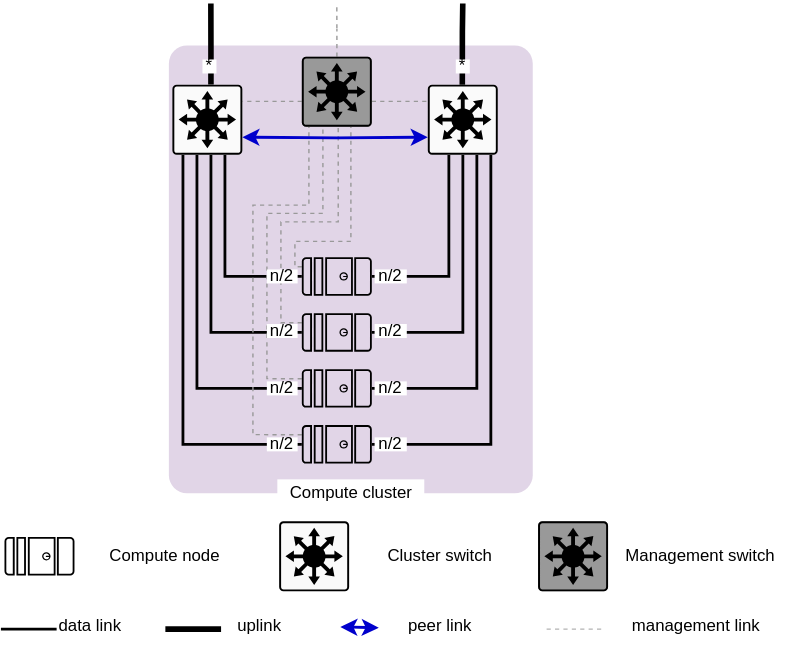
This is docs/sophia_node-compute_cluster.svg from dsaucez/SLICES, a draw.io export, as it was before one commit. Source tidied: cells renumbered, new cells last; positions are measured from the earlier drawing's top-left corner, leaving out a move shared by most shapes.
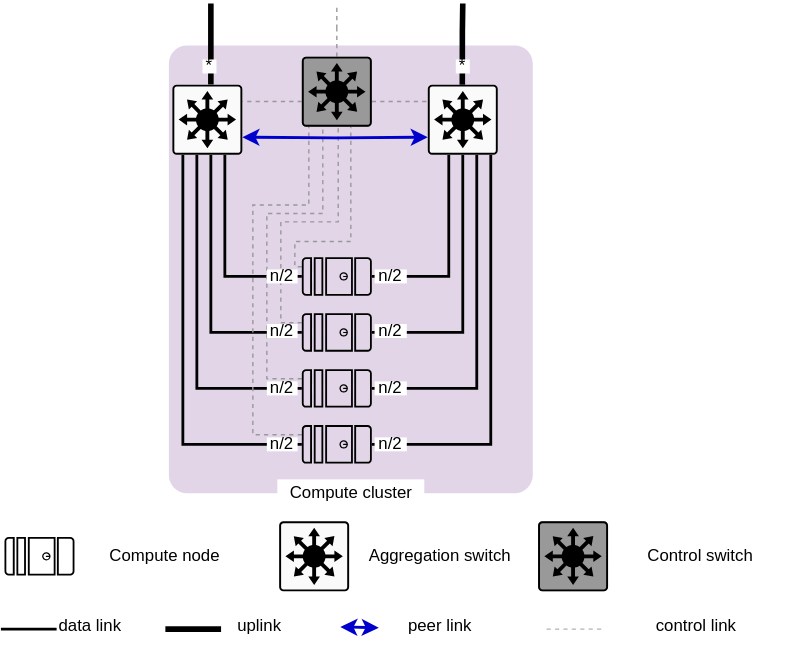
After the commit.

Change to the diagram source:
```diff
@@ -195,10 +195,10 @@
     <mxCell id="36" style="sketch=0;verticalLabelPosition=bottom;html=1;verticalAlign=top;align=center;shape=mxgraph.cisco19.rect;prIcon=l3_switch;fillColor=#999999;" parent="1" vertex="1">
       <mxGeometry x="403.8" y="370" width="50" height="50" as="geometry" />
     </mxCell>
-    <mxCell id="37" value="Management switch" style="text;html=1;strokeColor=none;fillColor=none;align=center;verticalAlign=middle;whiteSpace=wrap;rounded=0;shadow=0;dashed=1;dashPattern=1 1;sketch=0;" parent="1" vertex="1">
+    <mxCell id="37" value="Control switch" style="text;html=1;strokeColor=none;fillColor=none;align=center;verticalAlign=middle;whiteSpace=wrap;rounded=0;shadow=0;dashed=1;dashPattern=1 1;sketch=0;" parent="1" vertex="1">
       <mxGeometry x="459.8" y="380" width="120" height="30" as="geometry" />
     </mxCell>
-    <mxCell id="38" value="Cluster switch" style="text;html=1;strokeColor=none;fillColor=none;align=center;verticalAlign=middle;whiteSpace=wrap;rounded=0;shadow=0;dashed=1;dashPattern=1 1;sketch=0;" parent="1" vertex="1">
+    <mxCell id="38" value="Aggregation switch" style="text;html=1;strokeColor=none;fillColor=none;align=center;verticalAlign=middle;whiteSpace=wrap;rounded=0;shadow=0;dashed=1;dashPattern=1 1;sketch=0;" parent="1" vertex="1">
       <mxGeometry x="273.8" y="380" width="120" height="30" as="geometry" />
     </mxCell>
     <mxCell id="39" style="sketch=0;verticalLabelPosition=bottom;html=1;verticalAlign=top;align=center;shape=mxgraph.cisco19.server;fillColor=#000000;strokeColor=none;rotation=90;" parent="1" vertex="1">
@@ -252,7 +252,7 @@
         <mxPoint x="449.7" y="447" as="targetPoint" />
       </mxGeometry>
     </mxCell>
-    <mxCell id="51" value="management link" style="text;html=1;strokeColor=none;fillColor=none;align=center;verticalAlign=middle;whiteSpace=wrap;rounded=0;shadow=0;dashed=1;dashPattern=1 1;sketch=0;" parent="1" vertex="1">
+    <mxCell id="51" value="control link" style="text;html=1;strokeColor=none;fillColor=none;align=center;verticalAlign=middle;whiteSpace=wrap;rounded=0;shadow=0;dashed=1;dashPattern=1 1;sketch=0;" parent="1" vertex="1">
       <mxGeometry x="453.6" y="430" width="126.2" height="30" as="geometry" />
     </mxCell>
     <mxCell id="52" style="endArrow=classic;startArrow=classic;html=1;rounded=0;strokeColor=#0000CC;strokeWidth=2;entryX=0;entryY=0.75;entryDx=0;entryDy=0;entryPerimeter=0;exitX=1;exitY=0.75;exitDx=0;exitDy=0;exitPerimeter=0;" parent="1" edge="1" source="46" target="48">
```
